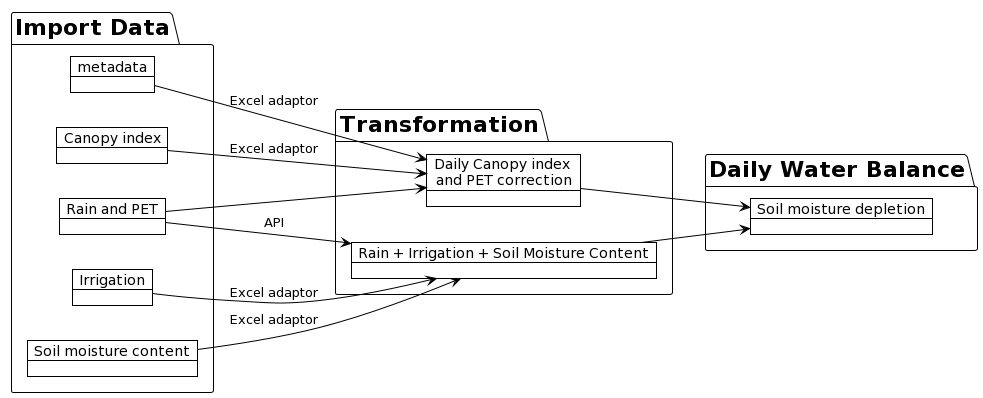
frank0434/MethodXCodeRepository keeps this PlantUML diagram as figure2.png. Above is the earlier version. Source of this version:
```plantuml
@startuml
!theme plain
left to right direction

package "Import Data" {
  object "Rain and PET" as ob1
  object "Irrigation" as ob2
  object "Soil moisture content" as ob3
  object "Canopy index" as ob4
  object "metadata" as meta
}

package "Transformation"{
  object "Daily Canopy index \nand PET correction" as ob5
  object "Rain + Irrigation + Soil Moisture Content" as ob7

}

package "Daily Water Balance" {
  object "Soil moisture depletion" as ob8

}


ob1 --> ob5
ob4 --> ob5: Excel adaptor
meta -> ob5: Excel adaptor

ob1 --> ob7: API
ob2 --> ob7: Excel adaptor
ob3 --> ob7: Excel adaptor

ob5 --> ob8
ob7 --> ob8
@enduml
```
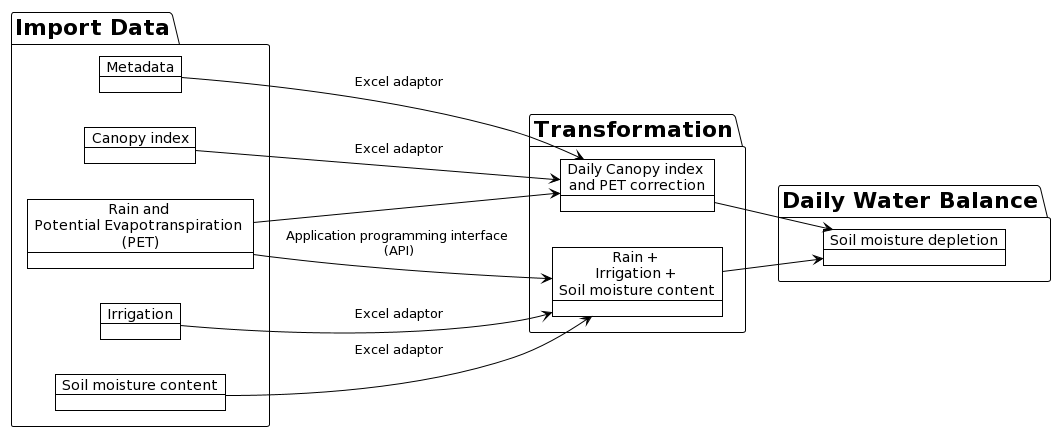
After the change.

Diff of the diagram source:
```diff
@@ -3,16 +3,16 @@
 left to right direction
 
 package "Import Data" {
-  object "Rain and PET" as ob1
+  object "Rain and \nPotential Evapotranspiration \n(PET)" as ob1
   object "Irrigation" as ob2
   object "Soil moisture content" as ob3
   object "Canopy index" as ob4
-  object "metadata" as meta
+  object "Metadata" as meta
 }
 
 package "Transformation"{
   object "Daily Canopy index \nand PET correction" as ob5
-  object "Rain + Irrigation + Soil Moisture Content" as ob7
+  object "Rain + \nIrrigation + \nSoil moisture content" as ob7
 
 }
 
@@ -26,7 +26,7 @@
 ob4 --> ob5: Excel adaptor
 meta -> ob5: Excel adaptor
 
-ob1 --> ob7: API
+ob1 --> ob7: Application programming interface \n(API)
 ob2 --> ob7: Excel adaptor
 ob3 --> ob7: Excel adaptor
 
```
